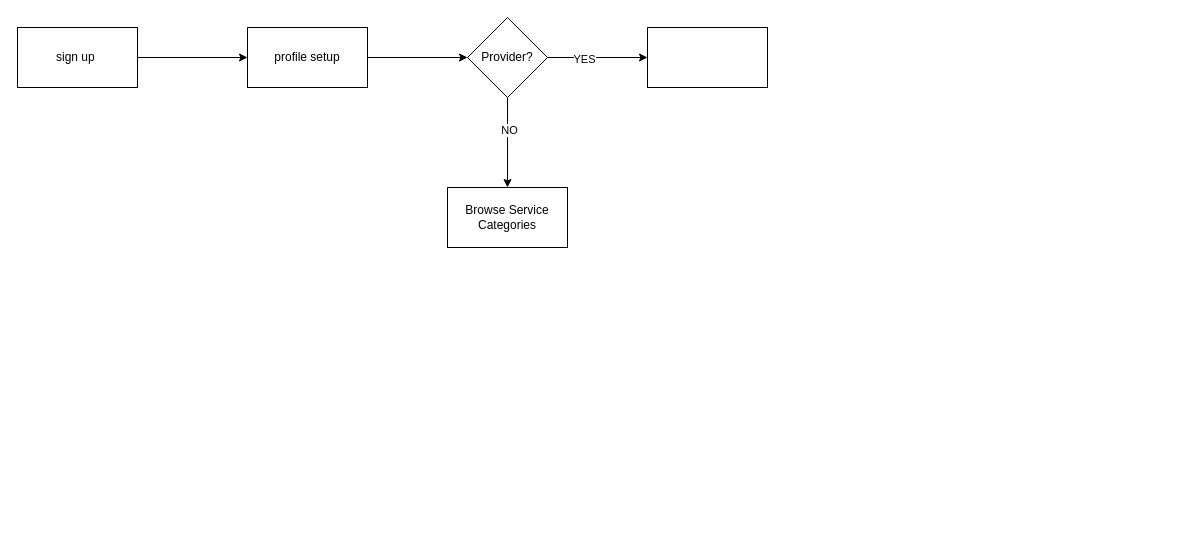
Above: flowchart.drawio in Servihub-Projects/Web-Application (draw.io), before the change. Source tidied: cells renumbered, new cells numbered last; positions are measured from the earlier drawing's top-left corner, leaving out a move shared by most shapes. Both pictures are drawn from the tidied source at 100%, with x=0, y=0 at pixel (17, 17).
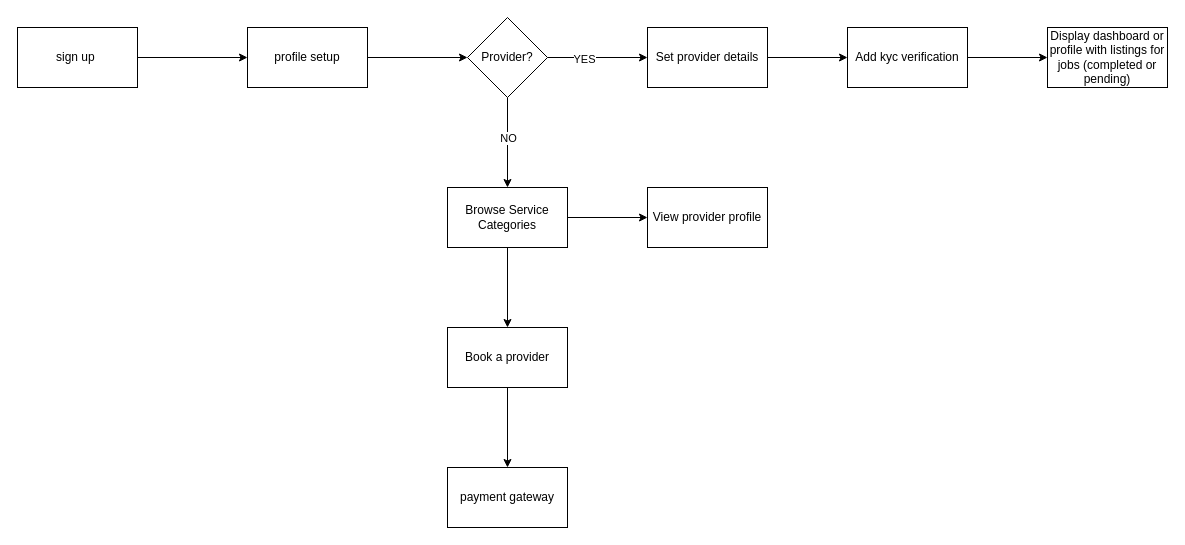
The same page after the edit.

Unchanged cells that the change refers to:
```xml
<mxCell id="6" style="edgeStyle=none;html=1;" parent="1" edge="1" source="10" target="11">
  <mxGeometry relative="1" as="geometry" />
</mxCell>
```

What changed in the source:
```diff
@@
-<mxGraphModel>
+<mxGraphModel background="#ffffff">
@@
-    <mxCell id="5" value="profile setup" style="whiteSpace=wrap;html=1;" parent="1" vertex="1">
+    <mxCell id="5" value="profile setup" style="whiteSpace=wrap;html=1;direction=west;" parent="1" vertex="1">
       <mxGeometry x="230" y="10" width="120" height="60" as="geometry" />
     </mxCell>
@@
     <mxCell id="7" value="NO" style="edgeLabel;html=1;align=center;verticalAlign=middle;" parent="6" vertex="1">
-      <mxGeometry x="-0.28" y="1" relative="1" as="geometry" />
+      <mxGeometry x="-0.28" y="1" relative="1" as="geometry">
+        <mxPoint x="-1" y="8" as="offset" />
+      </mxGeometry>
     </mxCell>
@@
-    <mxCell id="10" value="Provider?" style="rhombus;whiteSpace=wrap;html=1;" parent="1" vertex="1">
+    <mxCell id="10" value="Provider?" style="rhombus;whiteSpace=wrap;html=1;direction=west;" parent="1" vertex="1">
       <mxGeometry x="450" width="80" height="80" as="geometry" />
     </mxCell>
+    <mxCell id="13" style="edgeStyle=none;html=1;" parent="1" edge="1" source="11" target="17">
+      <mxGeometry relative="1" as="geometry" />
+    </mxCell>
+    <mxCell id="14" style="edgeStyle=none;html=1;" parent="1" edge="1" source="11" target="18">
+      <mxGeometry relative="1" as="geometry" />
+    </mxCell>
-    <mxCell id="11" value="Browse Service Categories" style="whiteSpace=wrap;html=1;" parent="1" vertex="1">
+    <mxCell id="11" value="Browse Service Categories" style="whiteSpace=wrap;html=1;direction=west;" parent="1" vertex="1">
       <mxGeometry x="430" y="170" width="120" height="60" as="geometry" />
     </mxCell>
+    <mxCell id="15" style="edgeStyle=none;html=1;" parent="1" edge="1" source="12" target="21">
+      <mxGeometry relative="1" as="geometry" />
+    </mxCell>
-    <mxCell id="12" style="whiteSpace=wrap;html=1;" parent="1" vertex="1">
+    <mxCell id="12" value="Set provider details" style="whiteSpace=wrap;html=1;direction=west;" parent="1" vertex="1">
       <mxGeometry x="630" y="10" width="120" height="60" as="geometry" />
     </mxCell>
+    <mxCell id="16" style="edgeStyle=none;html=1;" parent="1" edge="1" source="17" target="19">
+      <mxGeometry relative="1" as="geometry" />
+    </mxCell>
+    <mxCell id="17" value="Book a provider" style="whiteSpace=wrap;html=1;direction=west;" parent="1" vertex="1">
+      <mxGeometry x="430" y="310" width="120" height="60" as="geometry" />
+    </mxCell>
+    <mxCell id="18" value="View provider profile" style="whiteSpace=wrap;html=1;direction=west;" parent="1" vertex="1">
+      <mxGeometry x="630" y="170" width="120" height="60" as="geometry" />
+    </mxCell>
+    <mxCell id="19" value="payment gateway" style="whiteSpace=wrap;html=1;direction=west;" parent="1" vertex="1">
+      <mxGeometry x="430" y="450" width="120" height="60" as="geometry" />
+    </mxCell>
+    <mxCell id="20" style="edgeStyle=none;html=1;" parent="1" edge="1" source="21" target="22">
+      <mxGeometry relative="1" as="geometry" />
+    </mxCell>
+    <mxCell id="21" value="Add kyc verification" style="whiteSpace=wrap;html=1;direction=west;" parent="1" vertex="1">
+      <mxGeometry x="830" y="10" width="120" height="60" as="geometry" />
+    </mxCell>
+    <mxCell id="22" value="Display dashboard or profile with listings for jobs (completed or pending)" style="whiteSpace=wrap;html=1;direction=west;" parent="1" vertex="1">
+      <mxGeometry x="1030" y="10" width="120" height="60" as="geometry" />
+    </mxCell>
```
